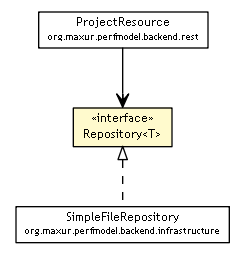
Above: components/apidocs/org/maxur/perfmodel/backend/domain/Repository.png in myunusov/pm (Graphviz), before the change. Its source is kept beside it as components/apidocs/org/maxur/perfmodel/backend/domain/Repository.dot. The source it was exported from:
```dot

digraph G {
	edge [fontname="Trebuchet MS",fontsize=10,labelfontname="Trebuchet MS",labelfontsize=10];
	node [fontname="Trebuchet MS",fontsize=10,shape=plaintext];
	nodesep=0.25;
	ranksep=0.5;
	c296 [label=<<table title="org.maxur.perfmodel.backend.domain.Repository" border="0" cellborder="1" cellspacing="0" cellpadding="2" port="p" bgcolor="lemonChiffon" href="./Repository.html">
		<tr><td><table border="0" cellspacing="0" cellpadding="1">
<tr><td align="center" balign="center"> &#171;interface&#187; </td></tr>
<tr><td align="center" balign="center"><font face="Trebuchet MS"> Repository&lt;T&gt; </font></td></tr>
		</table></td></tr>
		</table>>, URL="./Repository.html", fontname="Trebuchet MS", fontcolor="black", fontsize=9.0];
	c300 [label=<<table title="org.maxur.perfmodel.backend.infrastructure.SimpleFileRepository" border="0" cellborder="1" cellspacing="0" cellpadding="2" port="p" href="../infrastructure/SimpleFileRepository.html">
		<tr><td><table border="0" cellspacing="0" cellpadding="1">
<tr><td align="center" balign="center"><font face="Trebuchet MS"> SimpleFileRepository </font></td></tr>
<tr><td align="center" balign="center"><font face="Trebuchet MS" point-size="7.0"> org.maxur.perfmodel.backend.infrastructure </font></td></tr>
		</table></td></tr>
		</table>>, URL="../infrastructure/SimpleFileRepository.html", fontname="Trebuchet MS", fontcolor="black", fontsize=9.0];
	c305 [label=<<table title="org.maxur.perfmodel.backend.rest.ProjectResource" border="0" cellborder="1" cellspacing="0" cellpadding="2" port="p" href="../rest/ProjectResource.html">
		<tr><td><table border="0" cellspacing="0" cellpadding="1">
<tr><td align="center" balign="center"><font face="Trebuchet MS"> ProjectResource </font></td></tr>
<tr><td align="center" balign="center"><font face="Trebuchet MS" point-size="7.0"> org.maxur.perfmodel.backend.rest </font></td></tr>
		</table></td></tr>
		</table>>, URL="../rest/ProjectResource.html", fontname="Trebuchet MS", fontcolor="black", fontsize=9.0];
	c296:p -> c300:p [dir=back,arrowtail=empty,style=dashed];
	c305:p -> c296:p [taillabel="", label="", headlabel="", fontname="Trebuchet MS", fontcolor="black", fontsize=10.0, color="black", arrowhead=open];
}
```
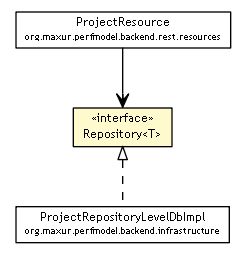
The same diagram one commit later.

The edit, as a diff of the source:
```diff
@@ -4,24 +4,24 @@
 	node [fontname="Trebuchet MS",fontsize=10,shape=plaintext];
 	nodesep=0.25;
 	ranksep=0.5;
-	c296 [label=<<table title="org.maxur.perfmodel.backend.domain.Repository" border="0" cellborder="1" cellspacing="0" cellpadding="2" port="p" bgcolor="lemonChiffon" href="./Repository.html">
+	c1188 [label=<<table title="org.maxur.perfmodel.backend.domain.Repository" border="0" cellborder="1" cellspacing="0" cellpadding="2" port="p" bgcolor="lemonChiffon" href="./Repository.html">
 		<tr><td><table border="0" cellspacing="0" cellpadding="1">
 <tr><td align="center" balign="center"> &#171;interface&#187; </td></tr>
 <tr><td align="center" balign="center"><font face="Trebuchet MS"> Repository&lt;T&gt; </font></td></tr>
 		</table></td></tr>
 		</table>>, URL="./Repository.html", fontname="Trebuchet MS", fontcolor="black", fontsize=9.0];
-	c300 [label=<<table title="org.maxur.perfmodel.backend.infrastructure.SimpleFileRepository" border="0" cellborder="1" cellspacing="0" cellpadding="2" port="p" href="../infrastructure/SimpleFileRepository.html">
+	c1192 [label=<<table title="org.maxur.perfmodel.backend.infrastructure.ProjectRepositoryLevelDbImpl" border="0" cellborder="1" cellspacing="0" cellpadding="2" port="p" href="../infrastructure/ProjectRepositoryLevelDbImpl.html">
 		<tr><td><table border="0" cellspacing="0" cellpadding="1">
-<tr><td align="center" balign="center"><font face="Trebuchet MS"> SimpleFileRepository </font></td></tr>
+<tr><td align="center" balign="center"><font face="Trebuchet MS"> ProjectRepositoryLevelDbImpl </font></td></tr>
 <tr><td align="center" balign="center"><font face="Trebuchet MS" point-size="7.0"> org.maxur.perfmodel.backend.infrastructure </font></td></tr>
 		</table></td></tr>
-		</table>>, URL="../infrastructure/SimpleFileRepository.html", fontname="Trebuchet MS", fontcolor="black", fontsize=9.0];
-	c305 [label=<<table title="org.maxur.perfmodel.backend.rest.ProjectResource" border="0" cellborder="1" cellspacing="0" cellpadding="2" port="p" href="../rest/ProjectResource.html">
+		</table>>, URL="../infrastructure/ProjectRepositoryLevelDbImpl.html", fontname="Trebuchet MS", fontcolor="black", fontsize=9.0];
+	c1199 [label=<<table title="org.maxur.perfmodel.backend.rest.resources.ProjectResource" border="0" cellborder="1" cellspacing="0" cellpadding="2" port="p" href="../rest/resources/ProjectResource.html">
 		<tr><td><table border="0" cellspacing="0" cellpadding="1">
 <tr><td align="center" balign="center"><font face="Trebuchet MS"> ProjectResource </font></td></tr>
-<tr><td align="center" balign="center"><font face="Trebuchet MS" point-size="7.0"> org.maxur.perfmodel.backend.rest </font></td></tr>
+<tr><td align="center" balign="center"><font face="Trebuchet MS" point-size="7.0"> org.maxur.perfmodel.backend.rest.resources </font></td></tr>
 		</table></td></tr>
-		</table>>, URL="../rest/ProjectResource.html", fontname="Trebuchet MS", fontcolor="black", fontsize=9.0];
-	c296:p -> c300:p [dir=back,arrowtail=empty,style=dashed];
-	c305:p -> c296:p [taillabel="", label="", headlabel="", fontname="Trebuchet MS", fontcolor="black", fontsize=10.0, color="black", arrowhead=open];
+		</table>>, URL="../rest/resources/ProjectResource.html", fontname="Trebuchet MS", fontcolor="black", fontsize=9.0];
+	c1188:p -> c1192:p [dir=back,arrowtail=empty,style=dashed];
+	c1199:p -> c1188:p [taillabel="", label="", headlabel="", fontname="Trebuchet MS", fontcolor="black", fontsize=10.0, color="black", arrowhead=open];
 }
```
